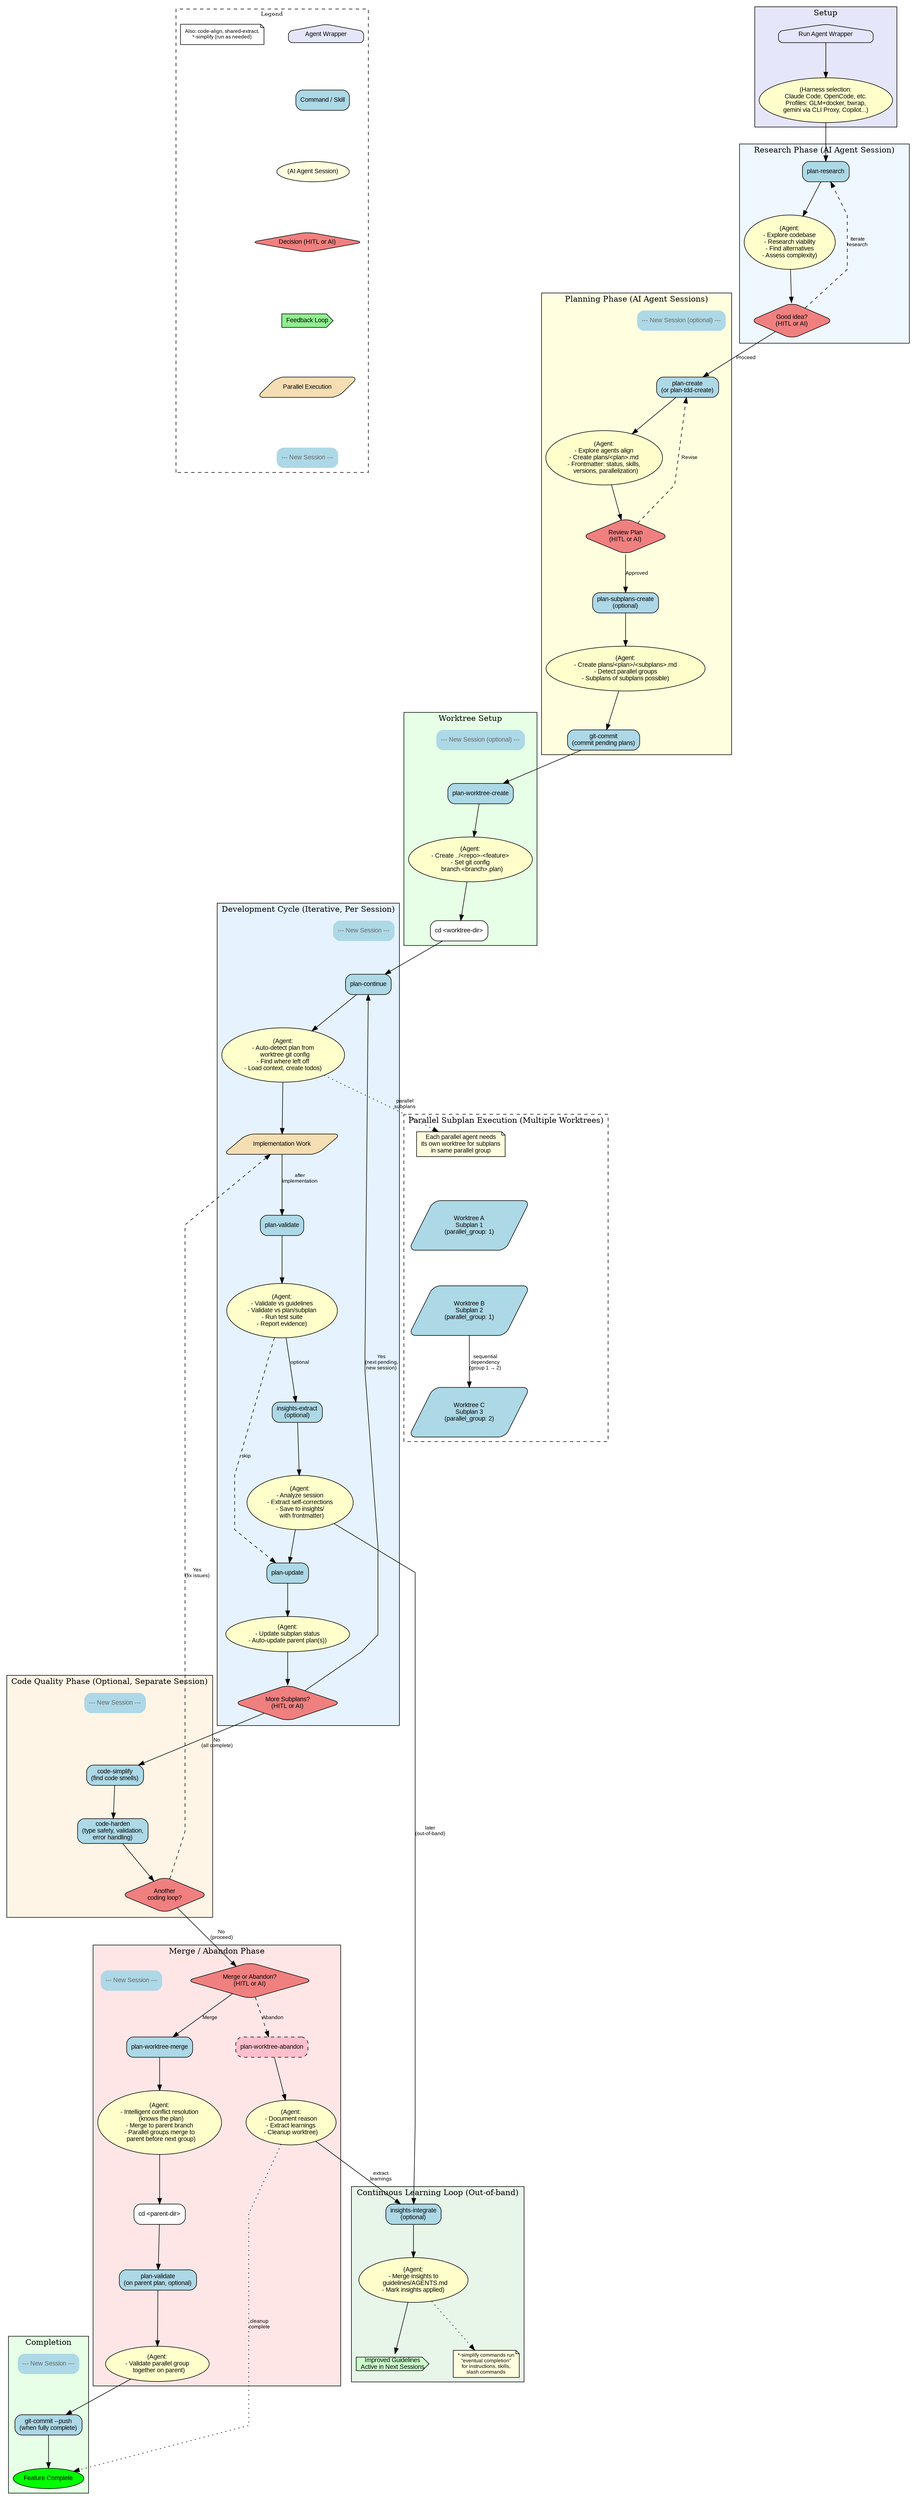
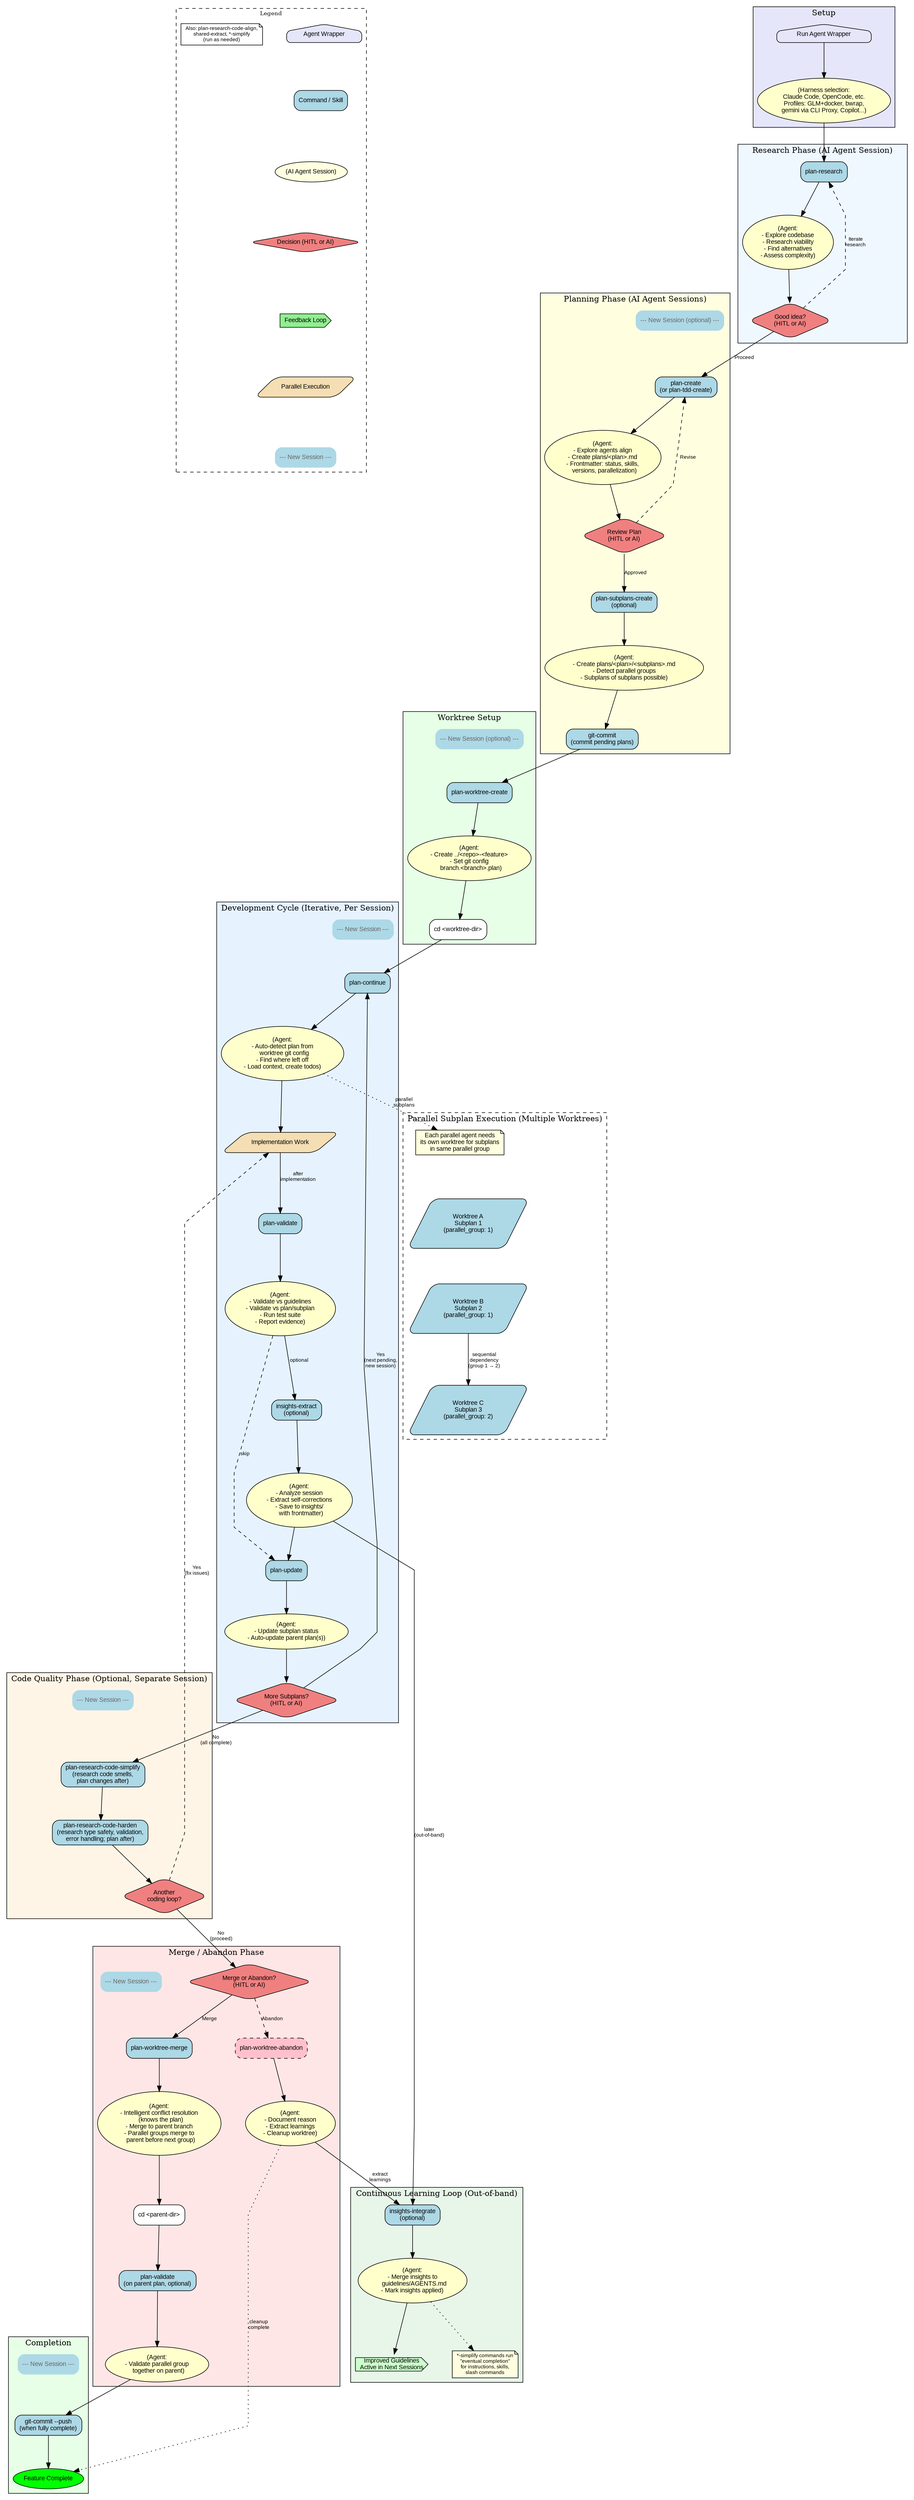
digraph Workflow {
  // Graph settings
  rankdir=TB;
  compound=true;
  newrank=true;
  splines=polyline;
  nodesep=0.6;
  ranksep=0.8;

  // Default node/edge styles
  node [shape=box, style="rounded,filled", fillcolor=lightblue, fontname="Arial", fontsize=11];
  edge [fontname="Arial", fontsize=9];

  // Legend
  subgraph cluster_legend {
    label="Legend";
    style=dashed;
    fontsize=10;

    leg_wrapper [label="Agent Wrapper", shape=house, fillcolor=lavender];
    leg_cmd [label="Command / Skill", fillcolor=lightblue];
    leg_agent [label="(AI Agent Session)", shape=ellipse, fillcolor=lightyellow];
    leg_human [label="Decision (HITL or AI)", shape=diamond, fillcolor=lightcoral];
    leg_loop [label="Feedback Loop", shape=cds, fillcolor=lightgreen];
    leg_parallel [label="Parallel Execution", shape=parallelogram, fillcolor=wheat];
    leg_session [label="--- New Session ---", shape=plaintext, fontcolor=gray40];
-     leg_note [label="Also: code-align, shared-extract,\n*-simplify (run as needed)", shape=note, fillcolor=white, fontsize=9];
+     leg_note [label="Also: plan-research-code-align,\nshared-extract, *-simplify\n(run as needed)", shape=note, fillcolor=white, fontsize=9];

    leg_wrapper -> leg_cmd -> leg_agent -> leg_human -> leg_loop -> leg_parallel -> leg_session [style=invis];
  }

  // Start - Agent Wrapper
  subgraph cluster_setup {
    label="Setup";
    style=filled;
    fillcolor=lavender;

    start [label="Run Agent Wrapper", shape=house, fillcolor=lavender];
    start_agent [label="(Harness selection:\nClaude Code, OpenCode, etc.\nProfiles: GLM+docker, bwrap,\ngemini via CLI Proxy, Copilot...)", shape=ellipse, fillcolor="#ffffcc"];
  }

  // Research Phase
  subgraph cluster_research {
    label="Research Phase (AI Agent Session)";
    style=filled;
    fillcolor="#f0f8ff";

    plan_research [label="plan-research", fillcolor=lightblue];
    plan_research_agent [label="(Agent:\n- Explore codebase\n- Research viability\n- Find alternatives\n- Assess complexity)", shape=ellipse, fillcolor="#ffffcc"];
    research_review [label="Good idea?\n(HITL or AI)", shape=diamond, fillcolor=lightcoral];
  }

  // Planning Phase
  subgraph cluster_planning {
    label="Planning Phase (AI Agent Sessions)";
    style=filled;
    fillcolor=lightyellow;

    session_planning [label="--- New Session (optional) ---", shape=plaintext, fontcolor=gray40];
    plan_create [label="plan-create\n(or plan-tdd-create)", fillcolor=lightblue];
    plan_create_agent [label="(Agent:\n- Explore agents align\n- Create plans/<plan>.md\n- Frontmatter: status, skills,\n  versions, parallelization)", shape=ellipse, fillcolor="#ffffcc"];
    plan_review [label="Review Plan\n(HITL or AI)", shape=diamond, fillcolor=lightcoral];
    plan_subplans [label="plan-subplans-create\n(optional)", fillcolor=lightblue];
    plan_subplans_agent [label="(Agent:\n- Create plans/<plan>/<subplans>.md\n- Detect parallel groups\n- Subplans of subplans possible)", shape=ellipse, fillcolor="#ffffcc"];
    git_commit_plans [label="git-commit\n(commit pending plans)", fillcolor=lightblue];
  }

  // Worktree Setup
  subgraph cluster_worktree_setup {
    label="Worktree Setup";
    style=filled;
    fillcolor="#e6ffe6";

    session_worktree [label="--- New Session (optional) ---", shape=plaintext, fontcolor=gray40];
    plan_worktree_create [label="plan-worktree-create", fillcolor=lightblue];
    worktree_agent [label="(Agent:\n- Create ../<repo>-<feature>\n- Set git config\n  branch.<branch>.plan)", shape=ellipse, fillcolor="#ffffcc"];
    cd_worktree [label="cd <worktree-dir>", shape=box, fillcolor=white];
  }

  // Development Cycle
  subgraph cluster_dev_cycle {
    label="Development Cycle (Iterative, Per Session)";
    style=filled;
    fillcolor="#e6f3ff";

    session_dev [label="--- New Session ---", shape=plaintext, fontcolor=gray40];

    plan_continue [label="plan-continue", fillcolor=lightblue];
    plan_continue_agent [label="(Agent:\n- Auto-detect plan from\n  worktree git config\n- Find where left off\n- Load context, create todos)", shape=ellipse, fillcolor="#ffffcc"];

    work [label="Implementation Work", shape=parallelogram, fillcolor=wheat];

    plan_validate [label="plan-validate", fillcolor=lightblue];
    validate_agent [label="(Agent:\n- Validate vs guidelines\n- Validate vs plan/subplan\n- Run test suite\n- Report evidence)", shape=ellipse, fillcolor="#ffffcc"];

    insights_extract [label="insights-extract\n(optional)", fillcolor=lightblue];
    insights_agent [label="(Agent:\n- Analyze session\n- Extract self-corrections\n- Save to insights/\n  with frontmatter)", shape=ellipse, fillcolor="#ffffcc"];

    plan_update [label="plan-update", fillcolor=lightblue];
    update_agent [label="(Agent:\n- Update subplan status\n- Auto-update parent plan(s))", shape=ellipse, fillcolor="#ffffcc"];

    more_subplans [label="More Subplans?\n(HITL or AI)", shape=diamond, fillcolor=lightcoral];
  }

  // Code Quality Phase
  subgraph cluster_quality {
    label="Code Quality Phase (Optional, Separate Session)";
    style=filled;
    fillcolor="#fff5e6";

    session_quality [label="--- New Session ---", shape=plaintext, fontcolor=gray40];
-     code_simplify [label="code-simplify\n(find code smells)", fillcolor=lightblue];
-     code_harden [label="code-harden\n(type safety, validation,\nerror handling)", fillcolor=lightblue];
+     code_simplify [label="plan-research-code-simplify\n(research code smells,\nplan changes after)", fillcolor=lightblue];
+     code_harden [label="plan-research-code-harden\n(research type safety, validation,\nerror handling; plan after)", fillcolor=lightblue];
    quality_loop [label="Another\ncoding loop?", shape=diamond, fillcolor=lightcoral];
  }

  // Parallel Execution
  subgraph cluster_parallel {
    label="Parallel Subplan Execution (Multiple Worktrees)";
    style=dashed;
    fillcolor=wheat;

    parallel_note [label="Each parallel agent needs\nits own worktree for subplans\nin same parallel group", shape=note, fillcolor=lightyellow];
    worktree_1 [label="Worktree A\nSubplan 1\n(parallel_group: 1)", shape=parallelogram];
    worktree_2 [label="Worktree B\nSubplan 2\n(parallel_group: 1)", shape=parallelogram];
    worktree_3 [label="Worktree C\nSubplan 3\n(parallel_group: 2)", shape=parallelogram];
  }

  // Merge Phase
  subgraph cluster_merge {
    label="Merge / Abandon Phase";
    style=filled;
    fillcolor="#ffe6e6";

    session_merge [label="--- New Session ---", shape=plaintext, fontcolor=gray40];

    merge_or_abandon [label="Merge or Abandon?\n(HITL or AI)", shape=diamond, fillcolor=lightcoral];

    plan_worktree_merge [label="plan-worktree-merge", fillcolor=lightblue];
    merge_agent [label="(Agent:\n- Intelligent conflict resolution\n  (knows the plan)\n- Merge to parent branch\n- Parallel groups merge to\n  parent before next group)", shape=ellipse, fillcolor="#ffffcc"];

    plan_worktree_abandon [label="plan-worktree-abandon", fillcolor=pink, style="rounded,filled,dashed"];
    abandon_agent [label="(Agent:\n- Document reason\n- Extract learnings\n- Cleanup worktree)", shape=ellipse, fillcolor="#ffffcc"];

    cd_parent [label="cd <parent-dir>", shape=box, fillcolor=white];

    plan_validate_parent [label="plan-validate\n(on parent plan, optional)", fillcolor=lightblue];
    validate_parent_agent [label="(Agent:\n- Validate parallel group\n  together on parent)", shape=ellipse, fillcolor="#ffffcc"];
  }

  // Learning Integration Loop
  subgraph cluster_insights_loop {
    label="Continuous Learning Loop (Out-of-band)";
    style=filled;
    fillcolor="#e8f5e9";

    insights_integrate [label="insights-integrate\n(optional)", fillcolor=lightblue];
    integrate_agent [label="(Agent:\n- Merge insights to\n  guidelines/AGENTS.md\n- Mark insights applied)", shape=ellipse, fillcolor="#ffffcc"];

    skills_active [label="Improved Guidelines\nActive in Next Sessions", shape=cds, fillcolor="#ccffcc"];

    simplify_note [label="*-simplify commands run\n\"eventual completion\"\nfor instructions, skills,\nslash commands", shape=note, fillcolor=lightyellow, fontsize=9];
  }

  // Completion
  subgraph cluster_complete {
    label="Completion";
    style=filled;
    fillcolor="#e6ffe6";

    session_complete [label="--- New Session ---", shape=plaintext, fontcolor=gray40];
    git_commit_push [label="git-commit --push\n(when fully complete)", fillcolor=lightblue];
    end [label="Feature Complete", shape=oval, fillcolor=green];
  }

  // Main Flow
  start -> start_agent;
  start_agent -> plan_research;

  // Research flow
  plan_research -> plan_research_agent;
  plan_research_agent -> research_review;
  research_review -> plan_create [label="Proceed"];
  research_review -> plan_research [label="Iterate\nresearch", style=dashed];

  // Planning flow
  plan_create -> plan_create_agent;
  plan_create_agent -> plan_review;
  plan_review -> plan_subplans [label="Approved"];
  plan_review -> plan_create [label="Revise", style=dashed];
  plan_subplans -> plan_subplans_agent;
  plan_subplans_agent -> git_commit_plans;
  git_commit_plans -> plan_worktree_create;

  // Worktree setup flow
  plan_worktree_create -> worktree_agent;
  worktree_agent -> cd_worktree;
  cd_worktree -> plan_continue;

  // Development cycle flow
  plan_continue -> plan_continue_agent;
  plan_continue_agent -> work;
  work -> plan_validate [label="after\nimplementation"];
  plan_validate -> validate_agent;
  validate_agent -> insights_extract [label="optional"];
  validate_agent -> plan_update [style=dashed, label="skip"];
  insights_extract -> insights_agent;
  insights_agent -> plan_update;
  plan_update -> update_agent;
  update_agent -> more_subplans;

  more_subplans -> plan_continue [label="Yes\n(next pending,\nnew session)"];
  more_subplans -> code_simplify [label="No\n(all complete)"];

  // Code quality flow
  code_simplify -> code_harden;
  code_harden -> quality_loop;
  quality_loop -> work [label="Yes\n(fix issues)", style=dashed];
  quality_loop -> merge_or_abandon [label="No\n(proceed)"];

  // Parallel execution (shown separately)
  plan_continue_agent -> parallel_note [style=dotted, label="parallel\nsubplans"];
  parallel_note -> worktree_1 [style=invis];
  worktree_1 -> worktree_2 [style=invis];
  worktree_2 -> worktree_3 [label="sequential\ndependency\n(group 1 → 2)"];

  // Merge flow
  merge_or_abandon -> plan_worktree_merge [label="Merge"];
  merge_or_abandon -> plan_worktree_abandon [label="Abandon", style=dashed];

  plan_worktree_merge -> merge_agent;
  merge_agent -> cd_parent;
  cd_parent -> plan_validate_parent;
  plan_validate_parent -> validate_parent_agent;
  validate_parent_agent -> git_commit_push;

  // Abandon flow
  plan_worktree_abandon -> abandon_agent;
  abandon_agent -> insights_integrate [label="extract\nlearnings"];
  abandon_agent -> end [label="cleanup\ncomplete", style=dotted];

  // Learning integration loop
  insights_agent -> insights_integrate [label="later\n(out-of-band)"];
  insights_integrate -> integrate_agent;
  integrate_agent -> skills_active;
  integrate_agent -> simplify_note [style=dotted];

  // Completion
  git_commit_push -> end;

  // Session boundary visual hints (invisible edges for layout)
  session_planning -> plan_create [style=invis];
  session_worktree -> plan_worktree_create [style=invis];
  session_dev -> plan_continue [style=invis];
  session_quality -> code_simplify [style=invis];
  session_merge -> plan_worktree_merge [style=invis];
  session_complete -> git_commit_push [style=invis];
}
